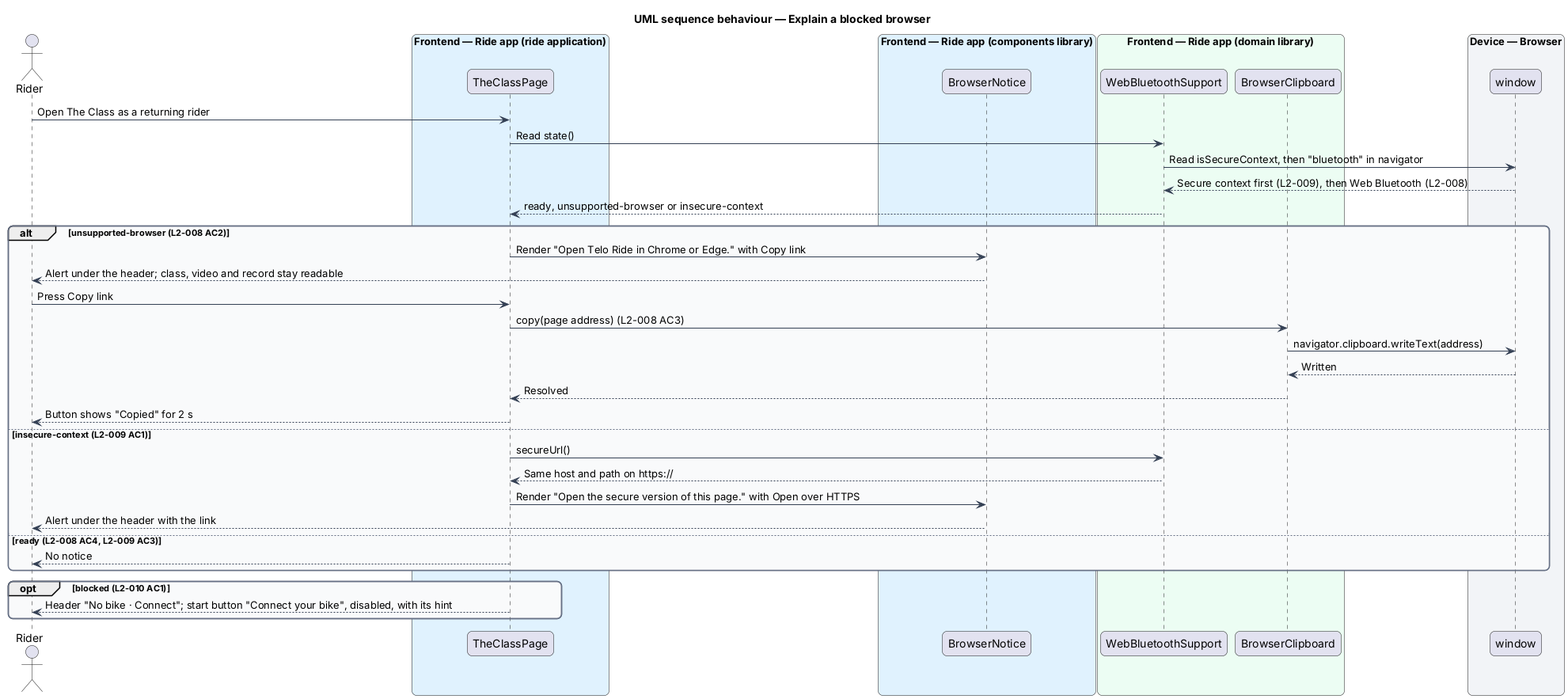
The PlantUML diagram docs/detailed-designs/bike/check-bike-and-browser-support/diagrams/sequence-explain-a-blocked-browser.png in QuinntyneBrown/ride-one, before a commit. Source of this version:
```plantuml
@startuml
title UML sequence behaviour — Explain a blocked browser
skinparam backgroundColor #FFFFFF
skinparam shadowing false
skinparam roundcorner 12
skinparam defaultFontName Arial
skinparam ArrowColor #344054
skinparam rectangle {
  BorderColor #344054
  FontColor #101828
}
skinparam package {
  BorderColor #667085
  FontColor #101828
  BackgroundColor #F9FAFB
}
actor "Rider" as rider
box "Frontend — Ride app (ride application)" #E0F2FE
  participant "TheClassPage" as page
end box
box "Frontend — Ride app (components library)" #E0F2FE
  participant "BrowserNotice" as notice
end box
box "Frontend — Ride app (domain library)" #ECFDF3
  participant "WebBluetoothSupport" as support
  participant "BrowserClipboard" as clip
end box
box "Device — Browser" #F2F4F7
  participant "window" as window
end box
rider -> page : Open The Class as a returning rider
page -> support : Read state()
support -> window : Read isSecureContext, then "bluetooth" in navigator
window --> support : Secure context first (L2-009), then Web Bluetooth (L2-008)
support --> page : ready, unsupported-browser or insecure-context
alt unsupported-browser (L2-008 AC2)
  page -> notice : Render "Open Telo Ride in Chrome or Edge." with Copy link
  notice --> rider : Alert under the header; class, video and record stay readable
  rider -> page : Press Copy link
  page -> clip : copy(page address) (L2-008 AC3)
  clip -> window : navigator.clipboard.writeText(address)
  window --> clip : Written
  clip --> page : Resolved
  page --> rider : Button shows "Copied" for 2 s
else insecure-context (L2-009 AC1)
  page -> support : secureUrl()
  support --> page : Same host and path on https://
  page -> notice : Render "Open the secure version of this page." with Open over HTTPS
  notice --> rider : Alert under the header with the link
else ready (L2-008 AC4, L2-009 AC3)
  page --> rider : No notice
end
opt blocked (L2-010 AC1)
  page --> rider : Header "No bike · Connect"; start button "Connect your bike", disabled, with its hint
end
@enduml
```
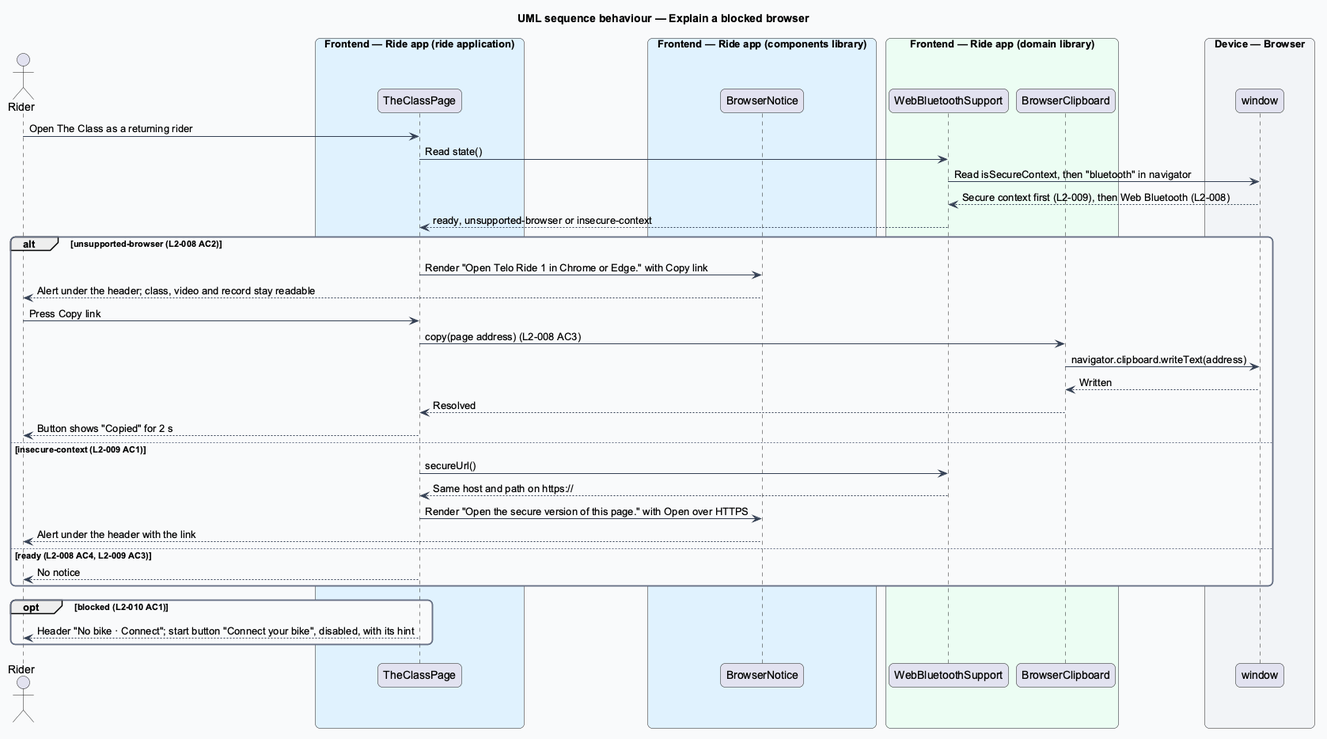
Above is the later version.

Change to the diagram source:
```diff
@@ -34,7 +34,7 @@
 window --> support : Secure context first (L2-009), then Web Bluetooth (L2-008)
 support --> page : ready, unsupported-browser or insecure-context
 alt unsupported-browser (L2-008 AC2)
-  page -> notice : Render "Open Telo Ride in Chrome or Edge." with Copy link
+  page -> notice : Render "Open Telo Ride 1 in Chrome or Edge." with Copy link
   notice --> rider : Alert under the header; class, video and record stay readable
   rider -> page : Press Copy link
   page -> clip : copy(page address) (L2-008 AC3)
```
